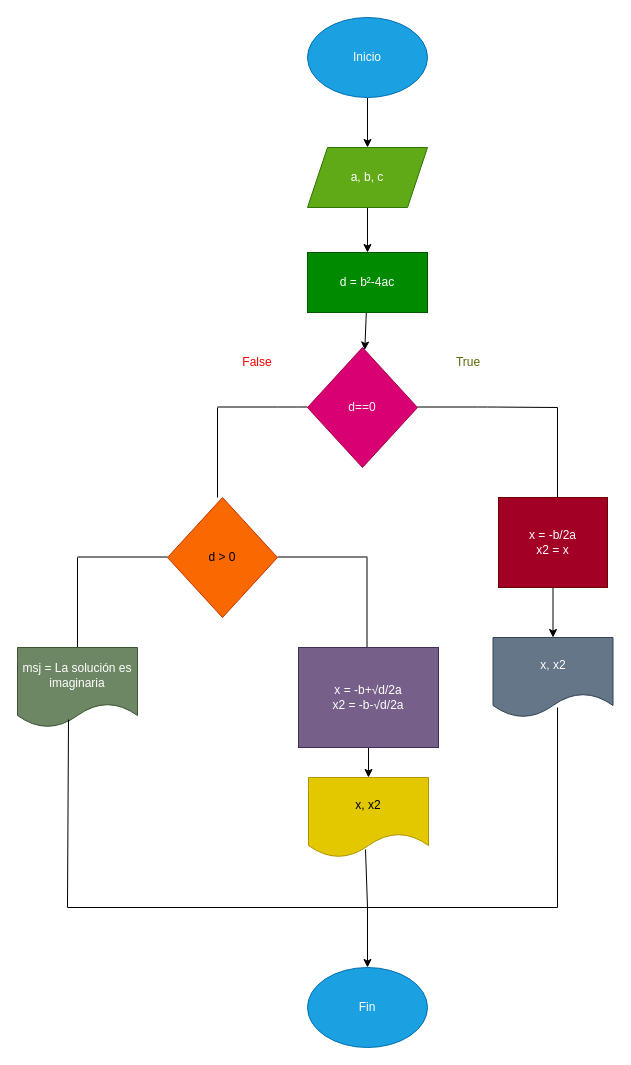
Earlier version of the draw.io diagram ejercicio6/diagrama.drawio (andresgarcia108/taller_condicionales). Source tidied: cells renumbered, new cells numbered last; positions are measured from the earlier drawing's top-left corner, leaving out a move shared by most shapes. Both pictures are drawn from the tidied source at 100%, with x=0, y=0 at pixel (17, 17).
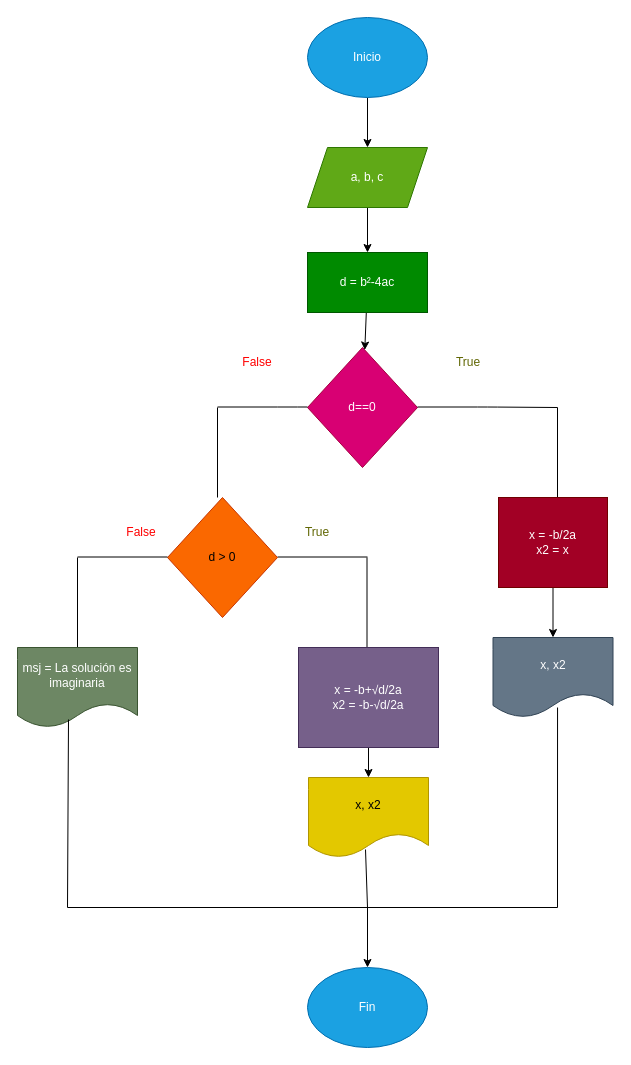
After the change.

Commit message:
Se modificó el diagrama

Change to the diagram source:
```diff
@@
+    <mxCell id="33" value="&lt;font color=&quot;#616704&quot;&gt;True&lt;/font&gt;" style="text;html=1;strokeColor=none;fillColor=none;align=center;verticalAlign=middle;whiteSpace=wrap;rounded=0;" parent="1" vertex="1">
+      <mxGeometry x="270" y="500" width="60" height="30" as="geometry" />
+    </mxCell>
+    <mxCell id="34" value="&lt;font color=&quot;#ff0000&quot;&gt;False&lt;/font&gt;" style="text;html=1;strokeColor=none;fillColor=none;align=center;verticalAlign=middle;whiteSpace=wrap;rounded=0;" parent="1" vertex="1">
+      <mxGeometry x="94" y="500" width="60" height="30" as="geometry" />
+    </mxCell>
```
